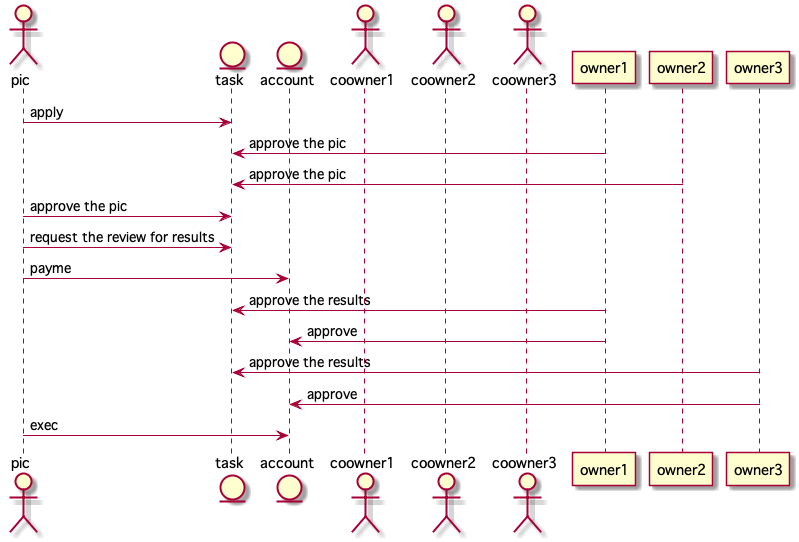
mypher/mypher keeps this PlantUML diagram as doc/multisig.png. Above is the earlier version. Source of this version:
```plantuml
@startuml
skinparam {
	defaultFontName Geneva
}

actor pic
entity task
entity account
actor coowner1
actor coowner2
actor coowner3

pic -> task : apply
owner1 -> task : approve the pic
owner2 -> task : approve the pic
pic -> task : approve the pic

pic -> task : request the review for results
pic -> account : payme
owner1 -> task : approve the results
owner1 -> account : approve
owner3 -> task : approve the results
owner3 -> account : approve

pic -> account : exec

@enduml
```
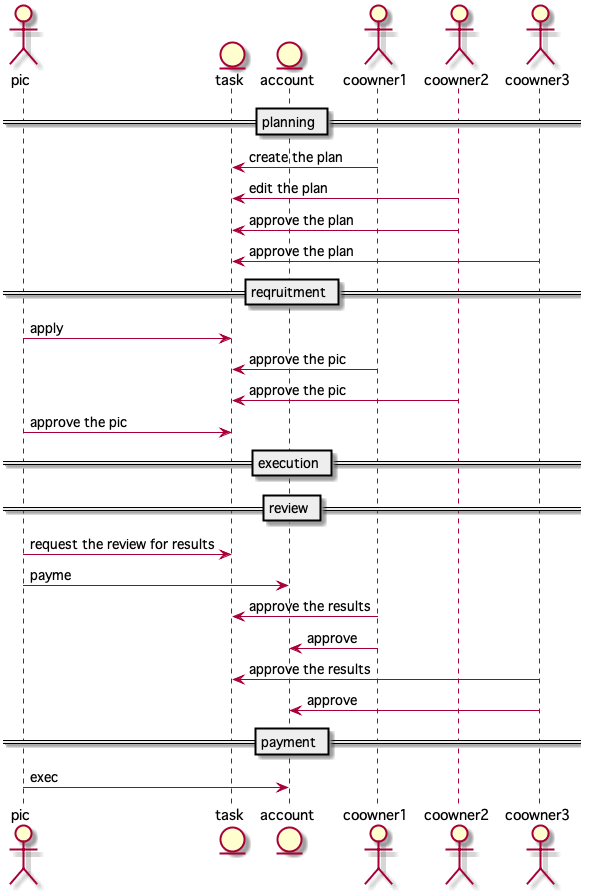
The same file after the commit.

Diff of the diagram source:
```diff
@@ -10,17 +10,31 @@
 actor coowner2
 actor coowner3
 
+== planning ==
+coowner1 -> task : create the plan
+coowner2 -> task : edit the plan
+coowner2 -> task : approve the plan
+coowner3 -> task : approve the plan
+
+== reqruitment ==
+
 pic -> task : apply
-owner1 -> task : approve the pic
-owner2 -> task : approve the pic
+coowner1 -> task : approve the pic
+coowner2 -> task : approve the pic
 pic -> task : approve the pic
+
+== execution ==
+
+== review ==
 
 pic -> task : request the review for results
 pic -> account : payme
-owner1 -> task : approve the results
-owner1 -> account : approve
-owner3 -> task : approve the results
-owner3 -> account : approve
+coowner1 -> task : approve the results
+coowner1 -> account : approve
+coowner3 -> task : approve the results
+coowner3 -> account : approve
+
+== payment ==
 
 pic -> account : exec
 
```
